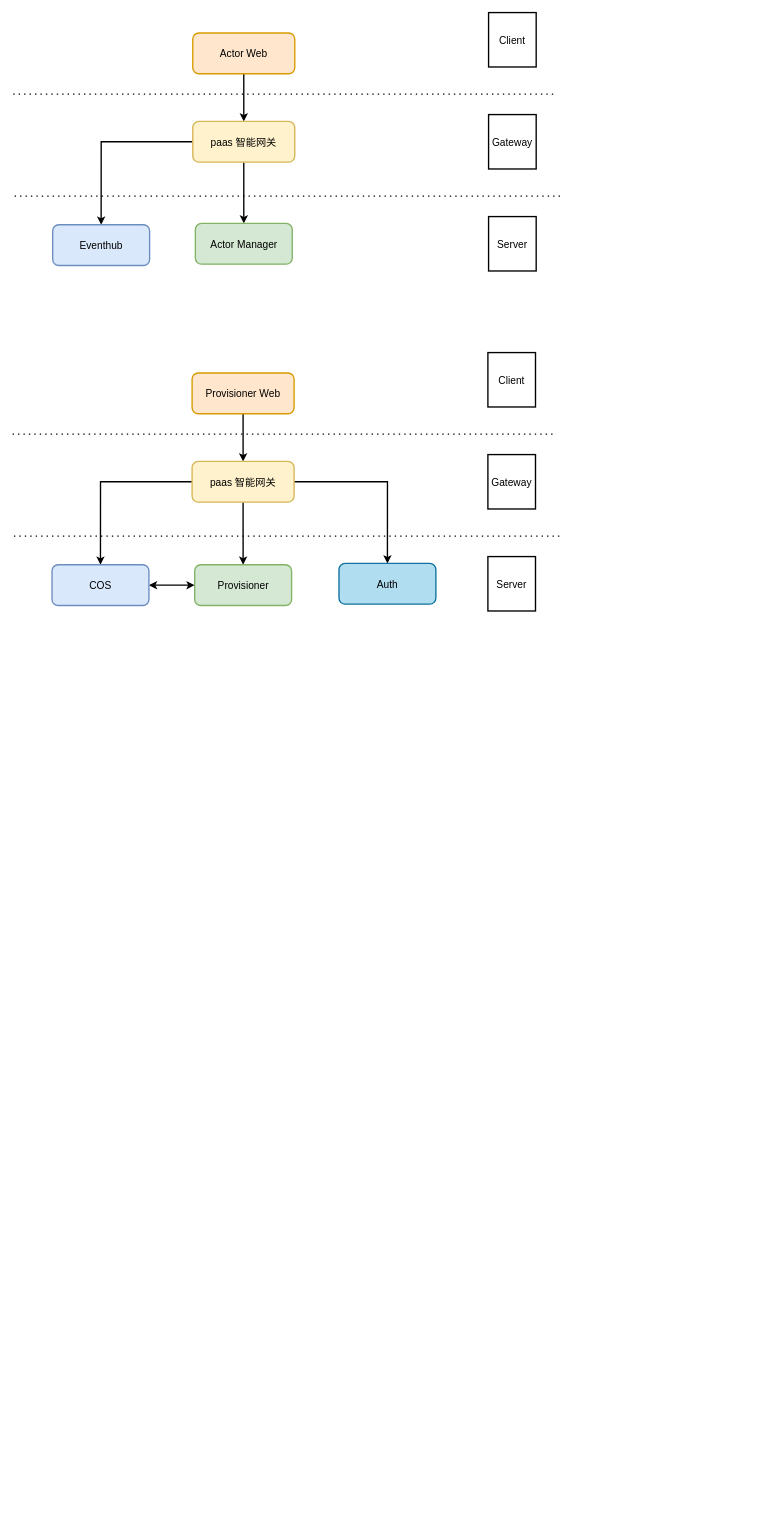
Above: structure.drawio in delaprada/draw.io (draw.io), before the change. Source tidied: cells renumbered, new cells numbered last; positions are measured from the earlier drawing's top-left corner, leaving out a move shared by most shapes. Both pictures are drawn from the tidied source at 68%, with x=0, y=0 at pixel (12, 12).
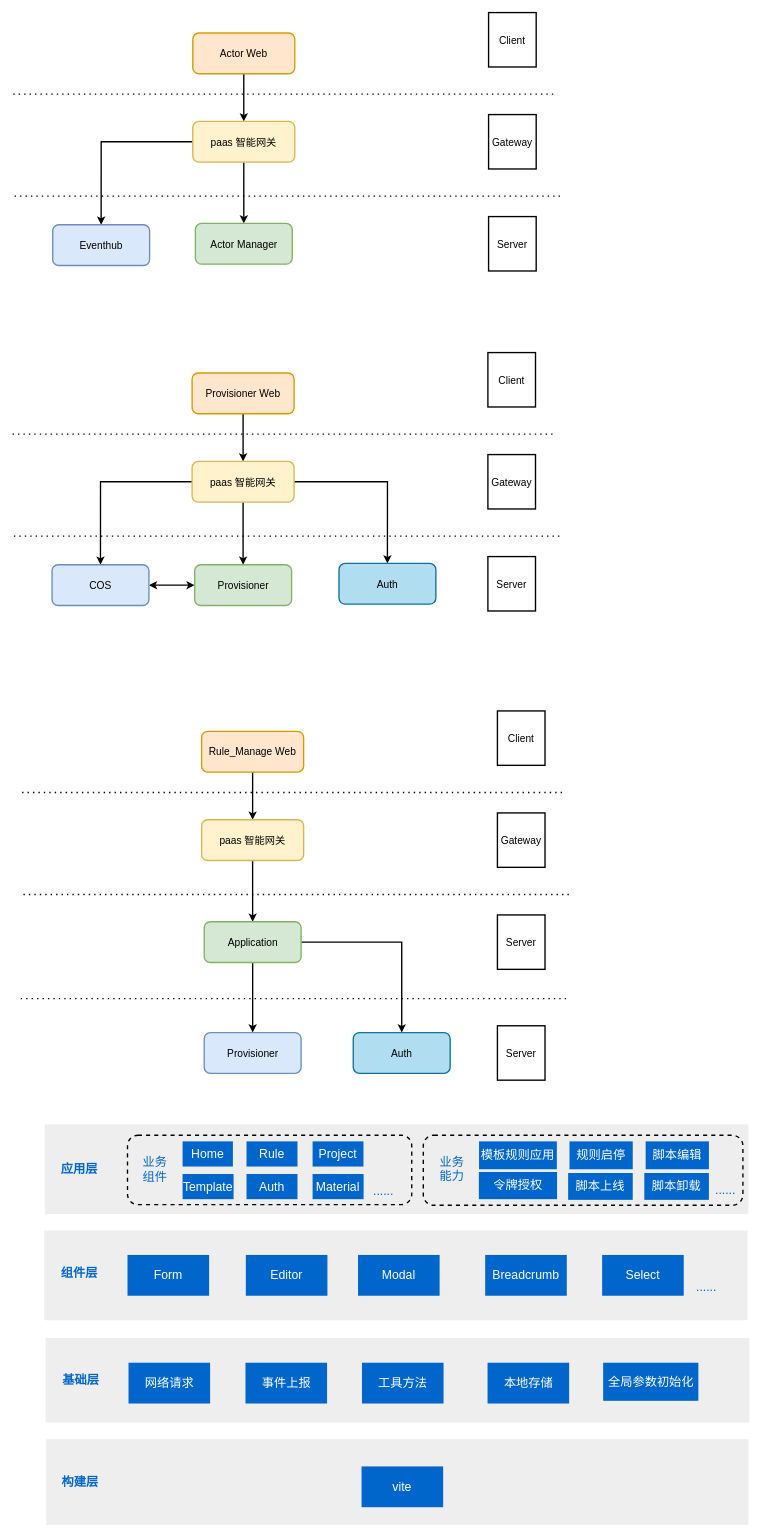
The same diagram, later.

Diff of the diagram source:
```diff
@@
+    <mxCell id="29" style="edgeStyle=orthogonalEdgeStyle;rounded=0;jettySize=auto;html=1;exitX=0.5;exitY=1;exitDx=0;exitDy=0;entryX=0.5;entryY=0;entryDx=0;entryDy=0;fontSize=15;strokeWidth=2;" parent="1" edge="1" source="30" target="32">
+      <mxGeometry relative="1" as="geometry" />
+    </mxCell>
+    <mxCell id="30" value="&lt;font style=&quot;font-size: 15px&quot;&gt;Rule_Manage Web&lt;/font&gt;" style="rounded=1;whiteSpace=wrap;html=1;strokeWidth=2;fillColor=#ffe6cc;strokeColor=#d79b00;" parent="1" vertex="1">
+      <mxGeometry x="278" y="1057" width="150" height="60" as="geometry" />
+    </mxCell>
+    <mxCell id="31" style="edgeStyle=orthogonalEdgeStyle;rounded=0;jettySize=auto;html=1;fontSize=15;entryX=0.5;entryY=0;entryDx=0;entryDy=0;strokeWidth=2;" parent="1" edge="1" source="32" target="35">
+      <mxGeometry relative="1" as="geometry" />
+    </mxCell>
+    <mxCell id="32" value="&lt;font style=&quot;font-size: 15px&quot;&gt;paas 智能网关&lt;/font&gt;" style="rounded=1;whiteSpace=wrap;html=1;strokeWidth=2;fillColor=#fff2cc;strokeColor=#d6b656;" parent="1" vertex="1">
+      <mxGeometry x="278" y="1187" width="150" height="60" as="geometry" />
+    </mxCell>
+    <mxCell id="33" style="edgeStyle=orthogonalEdgeStyle;rounded=0;jettySize=auto;html=1;exitX=0.5;exitY=1;exitDx=0;exitDy=0;entryX=0.5;entryY=0;entryDx=0;entryDy=0;strokeWidth=2;" parent="1" edge="1" source="35" target="42">
+      <mxGeometry relative="1" as="geometry" />
+    </mxCell>
+    <mxCell id="34" style="edgeStyle=orthogonalEdgeStyle;rounded=0;jettySize=auto;html=1;exitX=1;exitY=0.5;exitDx=0;exitDy=0;strokeWidth=2;" parent="1" edge="1" source="35" target="44">
+      <mxGeometry relative="1" as="geometry" />
+    </mxCell>
+    <mxCell id="35" value="&lt;span style=&quot;font-size: 15px;&quot;&gt;Application&lt;/span&gt;" style="rounded=1;whiteSpace=wrap;html=1;strokeWidth=2;fillColor=#d5e8d4;strokeColor=#82b366;" parent="1" vertex="1">
+      <mxGeometry x="281.8" y="1337" width="142.5" height="60" as="geometry" />
+    </mxCell>
+    <mxCell id="36" style="endArrow=none;dashed=1;html=1;dashPattern=1 3;strokeWidth=2;rounded=0;" parent="1" edge="1">
+      <mxGeometry relative="1" as="geometry">
+        <mxPoint x="14" y="1147" as="sourcePoint" />
+        <mxPoint x="813" y="1147" as="targetPoint" />
+      </mxGeometry>
+    </mxCell>
+    <mxCell id="37" style="endArrow=none;dashed=1;html=1;dashPattern=1 3;strokeWidth=2;rounded=0;" parent="1" edge="1">
+      <mxGeometry relative="1" as="geometry">
+        <mxPoint x="16" y="1297" as="sourcePoint" />
+        <mxPoint x="823" y="1297" as="targetPoint" />
+      </mxGeometry>
+    </mxCell>
+    <mxCell id="38" value="&lt;span style=&quot;font-size: 15px&quot;&gt;Gateway&lt;/span&gt;" style="rounded=0;whiteSpace=wrap;html=1;strokeWidth=2;" parent="1" vertex="1">
+      <mxGeometry x="713" y="1177" width="70" height="80" as="geometry" />
+    </mxCell>
+    <mxCell id="39" value="&lt;span style=&quot;font-size: 15px&quot;&gt;Server&lt;/span&gt;" style="rounded=0;whiteSpace=wrap;html=1;strokeWidth=2;" parent="1" vertex="1">
+      <mxGeometry x="713" y="1327" width="70" height="80" as="geometry" />
+    </mxCell>
+    <mxCell id="40" value="&lt;span style=&quot;font-size: 15px&quot;&gt;Client&lt;/span&gt;" style="rounded=0;whiteSpace=wrap;html=1;strokeWidth=2;" parent="1" vertex="1">
+      <mxGeometry x="713" y="1027" width="70" height="80" as="geometry" />
+    </mxCell>
+    <mxCell id="41" style="endArrow=none;dashed=1;html=1;dashPattern=1 3;strokeWidth=2;rounded=0;" parent="1" edge="1">
+      <mxGeometry relative="1" as="geometry">
+        <mxPoint x="12" y="1450" as="sourcePoint" />
+        <mxPoint x="819" y="1450" as="targetPoint" />
+      </mxGeometry>
+    </mxCell>
+    <mxCell id="42" value="&lt;span style=&quot;font-size: 15px;&quot;&gt;Provisioner&lt;/span&gt;" style="rounded=1;whiteSpace=wrap;html=1;strokeWidth=2;fillColor=#dae8fc;strokeColor=#6c8ebf;" parent="1" vertex="1">
+      <mxGeometry x="281.8" y="1500" width="142.5" height="60" as="geometry" />
+    </mxCell>
+    <mxCell id="43" value="&lt;span style=&quot;font-size: 15px&quot;&gt;Server&lt;/span&gt;" style="rounded=0;whiteSpace=wrap;html=1;strokeWidth=2;" parent="1" vertex="1">
+      <mxGeometry x="713" y="1490" width="70" height="80" as="geometry" />
+    </mxCell>
+    <mxCell id="44" value="&lt;span style=&quot;font-size: 15px;&quot;&gt;Auth&lt;/span&gt;" style="rounded=1;whiteSpace=wrap;html=1;strokeWidth=2;fillColor=#b1ddf0;strokeColor=#10739e;" parent="1" vertex="1">
+      <mxGeometry x="501" y="1500" width="142.5" height="60" as="geometry" />
+    </mxCell>
+    <mxCell id="45" style="rounded=0;whiteSpace=wrap;html=1;fillColor=#eeeeee;strokeColor=none;" parent="1" vertex="1">
+      <mxGeometry x="46.5" y="1791" width="1034.5" height="132" as="geometry" />
+    </mxCell>
+    <mxCell id="46" style="rounded=0;whiteSpace=wrap;html=1;fillColor=#eeeeee;strokeColor=none;" parent="1" vertex="1">
+      <mxGeometry x="48.5" y="1949" width="1035" height="124.5" as="geometry" />
+    </mxCell>
+    <mxCell id="47" style="rounded=0;whiteSpace=wrap;html=1;fillColor=#eeeeee;strokeColor=none;" parent="1" vertex="1">
+      <mxGeometry x="49.5" y="2098" width="1032.5" height="126" as="geometry" />
+    </mxCell>
+    <mxCell id="48" value="&lt;font style=&quot;font-size: 18px;&quot;&gt;组件层&lt;/font&gt;" style="text;html=1;align=center;verticalAlign=middle;strokeColor=none;fillColor=none;fontStyle=1;fontColor=#0066CC;" parent="1" vertex="1">
+      <mxGeometry x="66" y="1844" width="64" height="20" as="geometry" />
+    </mxCell>
+    <mxCell id="49" value="&lt;font style=&quot;font-size: 18px;&quot;&gt;基础层&lt;/font&gt;" style="text;html=1;align=center;verticalAlign=middle;strokeColor=none;fillColor=none;fontStyle=1;fontColor=#0066CC;" parent="1" vertex="1">
+      <mxGeometry x="67.5" y="2002" width="64" height="20" as="geometry" />
+    </mxCell>
+    <mxCell id="50" value="&lt;font style=&quot;font-size: 18px;&quot;&gt;构建层&lt;/font&gt;" style="text;html=1;align=center;verticalAlign=middle;strokeColor=none;fillColor=none;fontStyle=1;fontColor=#0066CC;" parent="1" vertex="1">
+      <mxGeometry x="67" y="2151" width="64" height="20" as="geometry" />
+    </mxCell>
+    <mxCell id="51" value="vite" style="rounded=0;whiteSpace=wrap;html=1;fontSize=18;fillColor=#0066CC;strokeColor=none;fontColor=#ffffff;" parent="1" vertex="1">
+      <mxGeometry x="513.2" y="2138" width="120" height="60" as="geometry" />
+    </mxCell>
+    <mxCell id="52" value="网络请求" style="rounded=0;whiteSpace=wrap;html=1;fontSize=18;fillColor=#0066CC;strokeColor=none;fontColor=#ffffff;" parent="1" vertex="1">
+      <mxGeometry x="170.5" y="1985.5" width="120" height="60" as="geometry" />
+    </mxCell>
+    <mxCell id="53" value="工具方法" style="rounded=0;whiteSpace=wrap;html=1;fontSize=18;fillColor=#0066CC;strokeColor=none;fontColor=#ffffff;" parent="1" vertex="1">
+      <mxGeometry x="513.8" y="1985.5" width="120" height="60" as="geometry" />
+    </mxCell>
+    <mxCell id="54" value="事件上报" style="rounded=0;whiteSpace=wrap;html=1;fontSize=18;fillColor=#0066CC;strokeColor=none;fontColor=#ffffff;" parent="1" vertex="1">
+      <mxGeometry x="342.5" y="1985.5" width="120" height="60" as="geometry" />
+    </mxCell>
+    <mxCell id="55" value="本地存储" style="rounded=0;whiteSpace=wrap;html=1;fontSize=18;fillColor=#0066CC;strokeColor=none;fontColor=#ffffff;" parent="1" vertex="1">
+      <mxGeometry x="698.5" y="1985.5" width="120" height="60" as="geometry" />
+    </mxCell>
+    <mxCell id="56" value="全局参数初始化" style="rounded=0;whiteSpace=wrap;html=1;fontSize=18;fillColor=#0066CC;strokeColor=none;fontColor=#ffffff;" parent="1" vertex="1">
+      <mxGeometry x="868.5" y="1985.5" width="140" height="56" as="geometry" />
+    </mxCell>
+    <mxCell id="57" style="rounded=0;whiteSpace=wrap;html=1;fillColor=#eeeeee;strokeColor=none;" parent="1" vertex="1">
+      <mxGeometry x="47.5" y="1635" width="1034.5" height="132" as="geometry" />
+    </mxCell>
+    <mxCell id="58" value="&lt;font style=&quot;font-size: 18px;&quot;&gt;应用层&lt;/font&gt;" style="text;html=1;align=center;verticalAlign=middle;strokeColor=none;fillColor=none;fontStyle=1;fontColor=#0066CC;" parent="1" vertex="1">
+      <mxGeometry x="66" y="1691" width="64" height="20" as="geometry" />
+    </mxCell>
+    <mxCell id="59" value="Form" style="rounded=0;whiteSpace=wrap;html=1;fontSize=18;fillColor=#0066CC;strokeColor=none;fontColor=#ffffff;" parent="1" vertex="1">
+      <mxGeometry x="169" y="1827" width="120" height="60" as="geometry" />
+    </mxCell>
+    <mxCell id="60" value="Editor" style="rounded=0;whiteSpace=wrap;html=1;fontSize=18;fillColor=#0066CC;strokeColor=none;fontColor=#ffffff;" parent="1" vertex="1">
+      <mxGeometry x="343" y="1827" width="120" height="60" as="geometry" />
+    </mxCell>
+    <mxCell id="61" value="Modal" style="rounded=0;whiteSpace=wrap;html=1;fontSize=18;fillColor=#0066CC;strokeColor=none;fontColor=#ffffff;" parent="1" vertex="1">
+      <mxGeometry x="508" y="1827" width="120" height="60" as="geometry" />
+    </mxCell>
+    <mxCell id="62" value="Breadcrumb" style="rounded=0;whiteSpace=wrap;html=1;fontSize=18;fillColor=#0066CC;strokeColor=none;fontColor=#ffffff;" parent="1" vertex="1">
+      <mxGeometry x="695" y="1827" width="120" height="60" as="geometry" />
+    </mxCell>
+    <mxCell id="63" value="Select" style="rounded=0;whiteSpace=wrap;html=1;fontSize=18;fillColor=#0066CC;strokeColor=none;fontColor=#ffffff;" parent="1" vertex="1">
+      <mxGeometry x="867" y="1827" width="120" height="60" as="geometry" />
+    </mxCell>
+    <mxCell id="64" value="......" style="text;html=1;align=center;verticalAlign=middle;strokeColor=none;fillColor=none;fontSize=18;fontColor=#0066CC;" parent="1" vertex="1">
+      <mxGeometry x="1000" y="1861" width="40" height="26" as="geometry" />
+    </mxCell>
+    <mxCell id="65" style="rounded=1;whiteSpace=wrap;html=1;fontSize=18;fontColor=#0066CC;fillColor=none;strokeWidth=2;dashed=1;" parent="1" vertex="1">
+      <mxGeometry x="169" y="1651" width="418" height="102" as="geometry" />
+    </mxCell>
+    <mxCell id="66" value="业务&lt;br&gt;组件" style="text;html=1;align=center;verticalAlign=middle;strokeColor=none;fillColor=none;fontSize=18;fontColor=#0066CC;" parent="1" vertex="1">
+      <mxGeometry x="186" y="1678" width="46" height="48" as="geometry" />
+    </mxCell>
+    <mxCell id="67" style="rounded=1;whiteSpace=wrap;html=1;fontSize=18;fontColor=#0066CC;fillColor=none;strokeWidth=2;dashed=1;" parent="1" vertex="1">
+      <mxGeometry x="604" y="1651" width="470" height="103" as="geometry" />
+    </mxCell>
+    <mxCell id="68" value="业务&lt;br&gt;能力" style="text;html=1;align=center;verticalAlign=middle;strokeColor=none;fillColor=none;fontSize=18;fontColor=#0066CC;" parent="1" vertex="1">
+      <mxGeometry x="622.5" y="1677" width="46" height="48" as="geometry" />
+    </mxCell>
+    <mxCell id="69" value="Home" style="rounded=0;whiteSpace=wrap;html=1;fontSize=18;fillColor=#0066CC;strokeColor=none;fontColor=#ffffff;" parent="1" vertex="1">
+      <mxGeometry x="250" y="1660" width="74" height="37" as="geometry" />
+    </mxCell>
+    <mxCell id="70" value="Rule" style="rounded=0;whiteSpace=wrap;html=1;fontSize=18;fillColor=#0066CC;strokeColor=none;fontColor=#ffffff;" parent="1" vertex="1">
+      <mxGeometry x="344" y="1660" width="75" height="37" as="geometry" />
+    </mxCell>
+    <mxCell id="71" value="Project" style="rounded=0;whiteSpace=wrap;html=1;fontSize=18;fillColor=#0066CC;strokeColor=none;fontColor=#ffffff;" parent="1" vertex="1">
+      <mxGeometry x="441.2" y="1660" width="74.8" height="37" as="geometry" />
+    </mxCell>
+    <mxCell id="72" value="Template" style="rounded=0;whiteSpace=wrap;html=1;fontSize=18;fillColor=#0066CC;strokeColor=none;fontColor=#ffffff;" parent="1" vertex="1">
+      <mxGeometry x="250" y="1708" width="75" height="37" as="geometry" />
+    </mxCell>
+    <mxCell id="73" value="Auth" style="rounded=0;whiteSpace=wrap;html=1;fontSize=18;fillColor=#0066CC;strokeColor=none;fontColor=#ffffff;" parent="1" vertex="1">
+      <mxGeometry x="344" y="1708" width="75" height="37" as="geometry" />
+    </mxCell>
+    <mxCell id="74" value="Material" style="rounded=0;whiteSpace=wrap;html=1;fontSize=18;fillColor=#0066CC;strokeColor=none;fontColor=#ffffff;" parent="1" vertex="1">
+      <mxGeometry x="441.2" y="1708" width="75" height="37" as="geometry" />
+    </mxCell>
+    <mxCell id="75" value="模板规则应用" style="rounded=0;whiteSpace=wrap;html=1;fontSize=18;fillColor=#0066CC;strokeColor=none;fontColor=#ffffff;" parent="1" vertex="1">
+      <mxGeometry x="686" y="1660" width="114.4" height="41" as="geometry" />
+    </mxCell>
+    <mxCell id="76" value="规则启停" style="rounded=0;whiteSpace=wrap;html=1;fontSize=18;fillColor=#0066CC;strokeColor=none;fontColor=#ffffff;" parent="1" vertex="1">
+      <mxGeometry x="819" y="1660" width="93" height="41" as="geometry" />
+    </mxCell>
+    <mxCell id="77" value="脚本编辑" style="rounded=0;whiteSpace=wrap;html=1;fontSize=18;fillColor=#0066CC;strokeColor=none;fontColor=#ffffff;" parent="1" vertex="1">
+      <mxGeometry x="931" y="1660" width="93" height="41" as="geometry" />
+    </mxCell>
+    <mxCell id="78" value="令牌授权" style="rounded=0;whiteSpace=wrap;html=1;fontSize=18;fillColor=#0066CC;strokeColor=none;fontColor=#ffffff;" parent="1" vertex="1">
+      <mxGeometry x="685.7" y="1705" width="115" height="40" as="geometry" />
+    </mxCell>
+    <mxCell id="79" value="脚本上线" style="rounded=0;whiteSpace=wrap;html=1;fontSize=18;fillColor=#0066CC;strokeColor=none;fontColor=#ffffff;" parent="1" vertex="1">
+      <mxGeometry x="817" y="1706.5" width="95" height="39.5" as="geometry" />
+    </mxCell>
+    <mxCell id="80" value="脚本卸载" style="rounded=0;whiteSpace=wrap;html=1;fontSize=18;fillColor=#0066CC;strokeColor=none;fontColor=#ffffff;" parent="1" vertex="1">
+      <mxGeometry x="929" y="1706.5" width="95" height="39.5" as="geometry" />
+    </mxCell>
+    <mxCell id="81" value="......" style="text;html=1;align=center;verticalAlign=middle;strokeColor=none;fillColor=none;fontSize=18;fontColor=#0066CC;" parent="1" vertex="1">
+      <mxGeometry x="525" y="1720" width="40" height="26" as="geometry" />
+    </mxCell>
+    <mxCell id="82" value="......" style="text;html=1;align=center;verticalAlign=middle;strokeColor=none;fillColor=none;fontSize=18;fontColor=#0066CC;" parent="1" vertex="1">
+      <mxGeometry x="1028" y="1719" width="40" height="26" as="geometry" />
+    </mxCell>
```
